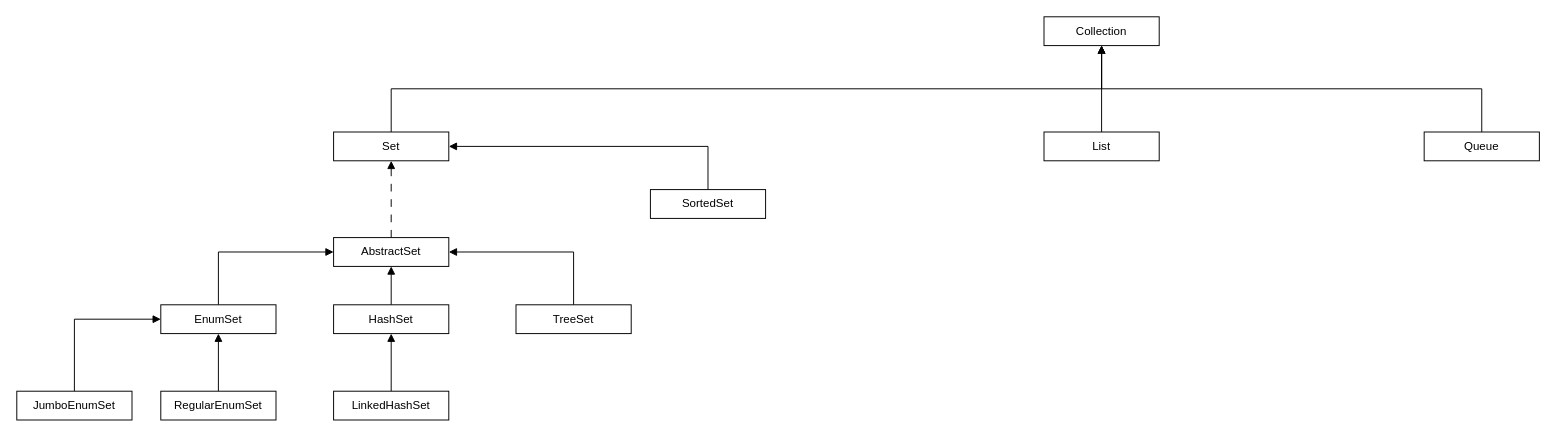
Before: java-collection.drawio in Forri1996/draw.io, a draw.io diagram. Source tidied: cells renumbered, new cells numbered last; positions are measured from the earlier drawing's top-left corner, leaving out a move shared by most shapes. Both pictures are drawn from the tidied source at 96%, with x=0, y=0 at pixel (16, 16).
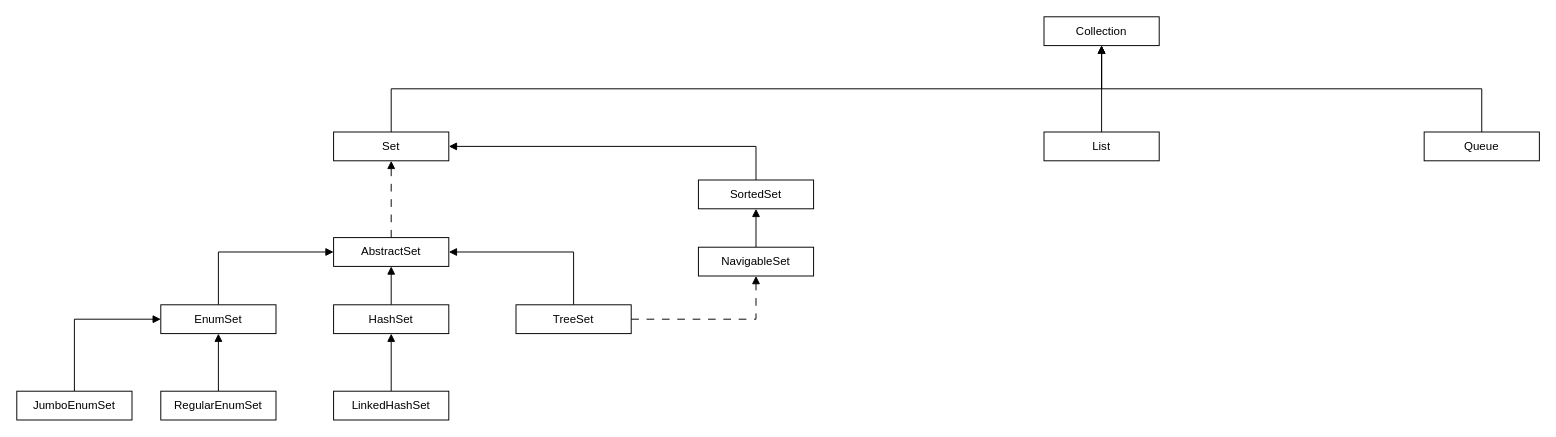
Above is the later version.

Commit message:
set继承关系整理

The change refers to these unchanged cells:
```xml
<mxCell id="16" value="TreeSet" style="rounded=0;whiteSpace=wrap;html=1;" parent="1" vertex="1">
  <mxGeometry x="520" y="300" width="120" height="30" as="geometry" />
</mxCell>
```

Diff of the diagram source:
```diff
@@
+    <mxCell id="25" style="edgeStyle=orthogonalEdgeStyle;rounded=0;jettySize=auto;html=1;exitX=1;exitY=0.5;exitDx=0;exitDy=0;entryX=0.5;entryY=1;entryDx=0;entryDy=0;endArrow=block;endFill=1;dashed=1;dashPattern=8 8;" parent="1" edge="1" source="16" target="27">
+      <mxGeometry relative="1" as="geometry" />
+    </mxCell>
@@
     <mxCell id="20" value="SortedSet" style="rounded=0;whiteSpace=wrap;html=1;" parent="1" vertex="1">
-      <mxGeometry x="660" y="180" width="120" height="30" as="geometry" />
+      <mxGeometry x="710" y="170" width="120" height="30" as="geometry" />
     </mxCell>
@@
+    <mxCell id="26" style="edgeStyle=orthogonalEdgeStyle;rounded=0;jettySize=auto;html=1;exitX=0.5;exitY=0;exitDx=0;exitDy=0;entryX=0.5;entryY=1;entryDx=0;entryDy=0;endArrow=block;endFill=1;" parent="1" edge="1" source="27" target="20">
+      <mxGeometry relative="1" as="geometry" />
+    </mxCell>
+    <mxCell id="27" value="NavigableSet" style="rounded=0;whiteSpace=wrap;html=1;" parent="1" vertex="1">
+      <mxGeometry x="710" y="240" width="120" height="30" as="geometry" />
+    </mxCell>
```
